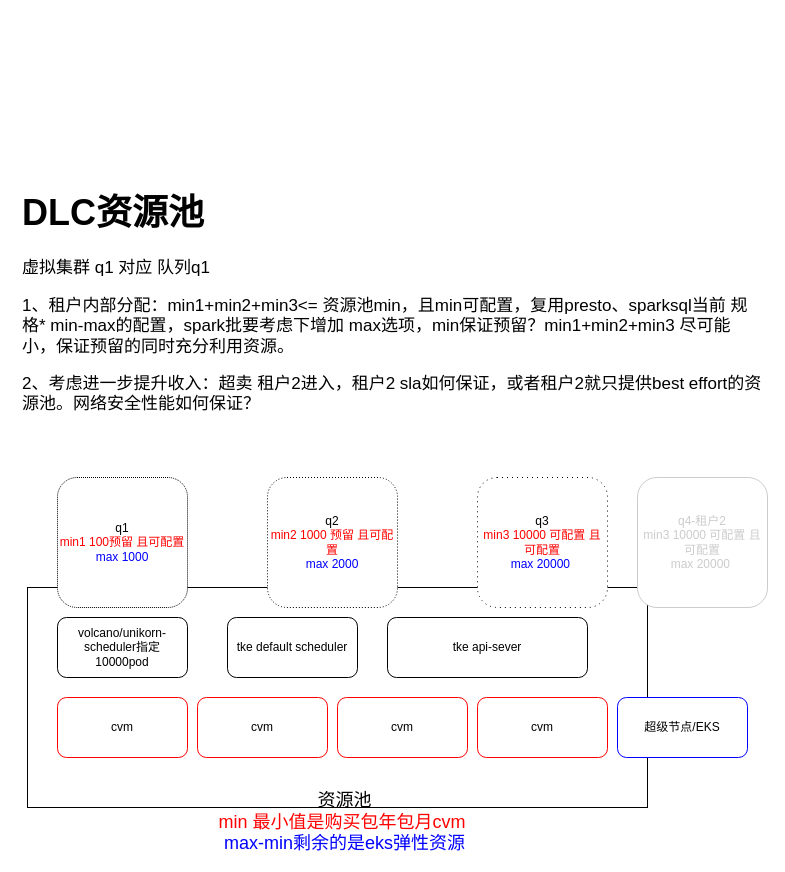
The draw.io diagram dlc-资源池设计.drawio in yuhuali1989/ui, before the edit. Source tidied: cells renumbered, new cells numbered last; positions are measured from the earlier drawing's top-left corner, leaving out a move shared by most shapes. Both pictures are drawn from the tidied source at 100%, with x=0, y=0 at pixel (17, 177).
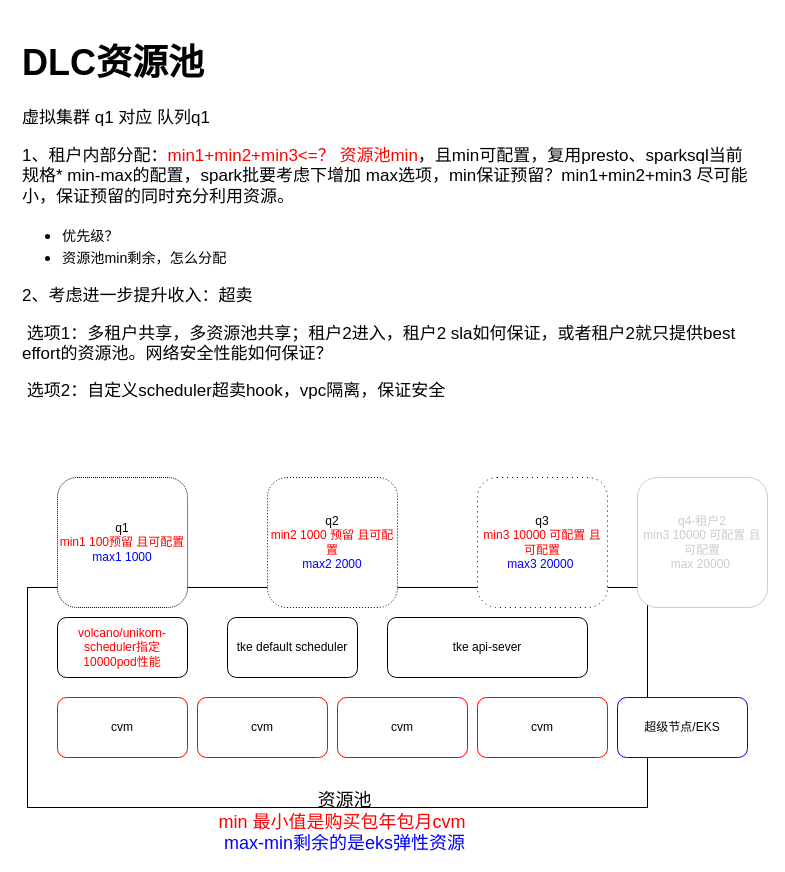
The same diagram, later.

Commit message:
Update dlc-资源池设计.drawio

Change to the diagram source:
```diff
@@
 <mxGraphModel>
   <root>
     <mxCell id="0" />
     <mxCell id="1" parent="0" />
     <mxCell id="2" style="rounded=0;whiteSpace=wrap;html=1;" parent="1" vertex="1">
       <mxGeometry x="10" y="410" width="620" height="220" as="geometry" />
     </mxCell>
     <mxCell id="3" value="tke api-sever" style="rounded=1;whiteSpace=wrap;html=1;" parent="1" vertex="1">
       <mxGeometry x="370" y="440" width="200" height="60" as="geometry" />
     </mxCell>
     <mxCell id="4" value="cvm" style="rounded=1;whiteSpace=wrap;html=1;strokeColor=#FF0000;" parent="1" vertex="1">
       <mxGeometry x="40" y="520" width="130" height="60" as="geometry" />
     </mxCell>
     <mxCell id="5" value="cvm" style="rounded=1;whiteSpace=wrap;html=1;strokeColor=#FF0000;" parent="1" vertex="1">
       <mxGeometry x="180" y="520" width="130" height="60" as="geometry" />
     </mxCell>
     <mxCell id="6" value="cvm" style="rounded=1;whiteSpace=wrap;html=1;strokeColor=#FF0000;" parent="1" vertex="1">
       <mxGeometry x="320" y="520" width="130" height="60" as="geometry" />
     </mxCell>
     <mxCell id="7" value="cvm" style="rounded=1;whiteSpace=wrap;html=1;strokeColor=#FF0000;" parent="1" vertex="1">
       <mxGeometry x="460" y="520" width="130" height="60" as="geometry" />
     </mxCell>
-    <mxCell id="8" value="q1&lt;br&gt;&lt;font color=&quot;#ff0000&quot;&gt;min1 100预留 且可配置&lt;br&gt;&lt;/font&gt;&lt;font color=&quot;#0000ff&quot;&gt;max 1000&lt;/font&gt;" style="rounded=1;whiteSpace=wrap;html=1;dashed=1;dashPattern=1 1;" parent="1" vertex="1">
+    <mxCell id="8" value="q1&lt;br&gt;&lt;font color=&quot;#ff0000&quot;&gt;min1 100预留 且可配置&lt;br&gt;&lt;/font&gt;&lt;font color=&quot;#0000ff&quot;&gt;max1 1000&lt;/font&gt;" style="rounded=1;whiteSpace=wrap;html=1;dashed=1;dashPattern=1 1;" parent="1" vertex="1">
       <mxGeometry x="40" y="300" width="130" height="130" as="geometry" />
     </mxCell>
-    <mxCell id="9" value="q2&lt;br&gt;&lt;font color=&quot;#ff0000&quot;&gt;min2 1000 预留 且可配置&lt;br&gt;&lt;/font&gt;&lt;font color=&quot;#0000ff&quot;&gt;max 2000&lt;/font&gt;" style="rounded=1;whiteSpace=wrap;html=1;dashed=1;dashPattern=1 2;" parent="1" vertex="1">
+    <mxCell id="9" value="q2&lt;br&gt;&lt;font color=&quot;#ff0000&quot;&gt;min2 1000 预留 且可配置&lt;br&gt;&lt;/font&gt;&lt;font color=&quot;#0000ff&quot;&gt;max2 2000&lt;/font&gt;" style="rounded=1;whiteSpace=wrap;html=1;dashed=1;dashPattern=1 2;" parent="1" vertex="1">
       <mxGeometry x="250" y="300" width="130" height="130" as="geometry" />
     </mxCell>
-    <mxCell id="10" value="q3&lt;br&gt;&lt;font color=&quot;#ff0000&quot;&gt;min3 10000 可配置 且可配置&lt;br&gt;&lt;/font&gt;&lt;font color=&quot;#0000ff&quot;&gt;max 20000&amp;nbsp;&lt;/font&gt;" style="rounded=1;whiteSpace=wrap;html=1;dashed=1;dashPattern=1 4;" parent="1" vertex="1">
+    <mxCell id="10" value="q3&lt;br&gt;&lt;font color=&quot;#ff0000&quot;&gt;min3 10000 可配置 且可配置&lt;br&gt;&lt;/font&gt;&lt;font color=&quot;#0000ff&quot;&gt;max3 20000&amp;nbsp;&lt;/font&gt;" style="rounded=1;whiteSpace=wrap;html=1;dashed=1;dashPattern=1 4;" parent="1" vertex="1">
       <mxGeometry x="460" y="300" width="130" height="130" as="geometry" />
     </mxCell>
-    <mxCell id="11" value="volcano/unikorn-scheduler指定 10000pod" style="rounded=1;whiteSpace=wrap;html=1;" parent="1" vertex="1">
+    <mxCell id="11" value="&lt;font color=&quot;#ff0000&quot;&gt;volcano/unikorn-scheduler指定 10000pod性能&lt;/font&gt;" style="rounded=1;whiteSpace=wrap;html=1;" parent="1" vertex="1">
       <mxGeometry x="40" y="440" width="130" height="60" as="geometry" />
     </mxCell>
     <mxCell id="12" value="tke default scheduler" style="rounded=1;whiteSpace=wrap;html=1;" parent="1" vertex="1">
       <mxGeometry x="210" y="440" width="130" height="60" as="geometry" />
     </mxCell>
     <mxCell id="13" value="超级节点/EKS" style="rounded=1;whiteSpace=wrap;html=1;strokeColor=#0000FF;" parent="1" vertex="1">
       <mxGeometry x="600" y="520" width="130" height="60" as="geometry" />
     </mxCell>
     <mxCell id="14" value="&lt;font style=&quot;font-size: 18px;&quot;&gt;&lt;font style=&quot;font-size: 18px;&quot; color=&quot;#000000&quot;&gt;资源池&lt;/font&gt; &lt;br&gt;&lt;font style=&quot;font-size: 18px;&quot; color=&quot;#ff0000&quot;&gt;min 最小值是购买包年包月cvm&lt;/font&gt;&amp;nbsp;&lt;br&gt;max-min剩余的是eks弹性资源&lt;/font&gt;" style="text;html=1;strokeColor=none;fillColor=none;align=center;verticalAlign=middle;whiteSpace=wrap;rounded=0;fontColor=#0000FF;" parent="1" vertex="1">
       <mxGeometry x="195" y="630" width="265" height="30" as="geometry" />
     </mxCell>
-    <mxCell id="15" value="&lt;h1&gt;DLC资源池&lt;/h1&gt;&lt;p style=&quot;font-size: 17px;&quot;&gt;&lt;font style=&quot;font-size: 17px;&quot;&gt;虚拟集群 q1 对应 队列q1&lt;/font&gt;&lt;/p&gt;&lt;p style=&quot;font-size: 17px;&quot;&gt;&lt;span style=&quot;background-color: initial;&quot;&gt;1、租户内部分配：min1+min2+min3&amp;lt;= 资源池min，且min可配置，复用presto、sparksql当前 规格* min-max的配置，spark批要考虑下增加 max选项，min保证预留？min1+min2+min3 尽可能小，保证预留的同时充分利用资源。&lt;/span&gt;&lt;br&gt;&lt;/p&gt;&lt;p style=&quot;font-size: 17px;&quot;&gt;&lt;span style=&quot;background-color: initial;&quot;&gt;2、考虑进一步提升收入：超卖 租户2进入，租户2 sla如何保证，或者租户2就只提供best effort的资源池。网络安全性能如何保证？&lt;/span&gt;&lt;/p&gt;&lt;p style=&quot;font-size: 17px;&quot;&gt;&lt;span style=&quot;background-color: initial;&quot;&gt;&lt;br&gt;&lt;/span&gt;&lt;/p&gt;" style="text;html=1;strokeColor=none;fillColor=none;spacing=5;spacingTop=-20;whiteSpace=wrap;overflow=hidden;rounded=0;fontSize=18;fontColor=#000000;" parent="1" vertex="1">
-      <mxGeometry width="750" height="280" as="geometry" />
+    <mxCell id="15" value="&lt;h1&gt;DLC资源池&lt;/h1&gt;&lt;p style=&quot;font-size: 17px;&quot;&gt;&lt;font style=&quot;font-size: 17px;&quot;&gt;虚拟集群 q1 对应 队列q1&lt;/font&gt;&lt;/p&gt;&lt;p style=&quot;font-size: 17px;&quot;&gt;&lt;span style=&quot;background-color: initial;&quot;&gt;1、租户内部分配：&lt;font color=&quot;#ff0000&quot;&gt;min1+min2+min3&amp;lt;=？ 资源池min&lt;/font&gt;，且min可配置，复用presto、sparksql当前 规格* min-max的配置，spark批要考虑下增加 max选项，min保证预留？min1+min2+min3 尽可能小，保证预留的同时充分利用资源。&lt;/span&gt;&lt;br&gt;&lt;/p&gt;&lt;p style=&quot;&quot;&gt;&lt;/p&gt;&lt;ul style=&quot;&quot;&gt;&lt;li style=&quot;&quot;&gt;&lt;span style=&quot;font-size: 14.1667px;&quot;&gt;优先级？&lt;/span&gt;&lt;/li&gt;&lt;li style=&quot;&quot;&gt;&lt;span style=&quot;font-size: 14.1667px;&quot;&gt;资源池min剩余，怎么分配&lt;/span&gt;&lt;/li&gt;&lt;/ul&gt;&lt;p&gt;&lt;/p&gt;&lt;p style=&quot;font-size: 17px;&quot;&gt;&lt;span style=&quot;background-color: initial;&quot;&gt;2、考虑进一步提升收入：&lt;/span&gt;&lt;span style=&quot;background-color: initial;&quot;&gt;超卖&amp;nbsp;&lt;/span&gt;&lt;/p&gt;&lt;p style=&quot;font-size: 17px;&quot;&gt;&lt;span style=&quot;background-color: initial;&quot;&gt;&lt;span style=&quot;white-space: pre;&quot;&gt; &lt;/span&gt;选项1：多租户共享，多资源池共享；租户2进入，租户2 sla如何保证，或者租户2就只提供best effort的资源池。网络安全性能如何保证？&lt;/span&gt;&lt;/p&gt;&lt;p style=&quot;font-size: 17px;&quot;&gt;&lt;span style=&quot;background-color: initial;&quot;&gt;&lt;span style=&quot;white-space: pre;&quot;&gt; &lt;/span&gt;选项2：自定义scheduler超卖hook，vpc隔离，保证安全&lt;/span&gt;&lt;/p&gt;&lt;p style=&quot;font-size: 17px;&quot;&gt;&lt;span style=&quot;background-color: initial;&quot;&gt;&lt;br&gt;&lt;/span&gt;&lt;/p&gt;" style="text;html=1;strokeColor=none;fillColor=none;spacing=5;spacingTop=-20;whiteSpace=wrap;overflow=hidden;rounded=0;fontSize=18;fontColor=#000000;" parent="1" vertex="1">
+      <mxGeometry y="-150" width="750" height="440" as="geometry" />
     </mxCell>
     <mxCell id="16" value="q4-租户2&lt;br&gt;&lt;font&gt;min3 10000 可配置 且可配置&lt;br&gt;&lt;/font&gt;&lt;font&gt;max 20000&amp;nbsp;&lt;/font&gt;" style="rounded=1;whiteSpace=wrap;html=1;strokeColor=#CCCCCC;fontColor=#CCCCCC;" parent="1" vertex="1">
       <mxGeometry x="620" y="300" width="130" height="130" as="geometry" />
     </mxCell>
   </root>
 </mxGraphModel>
```
